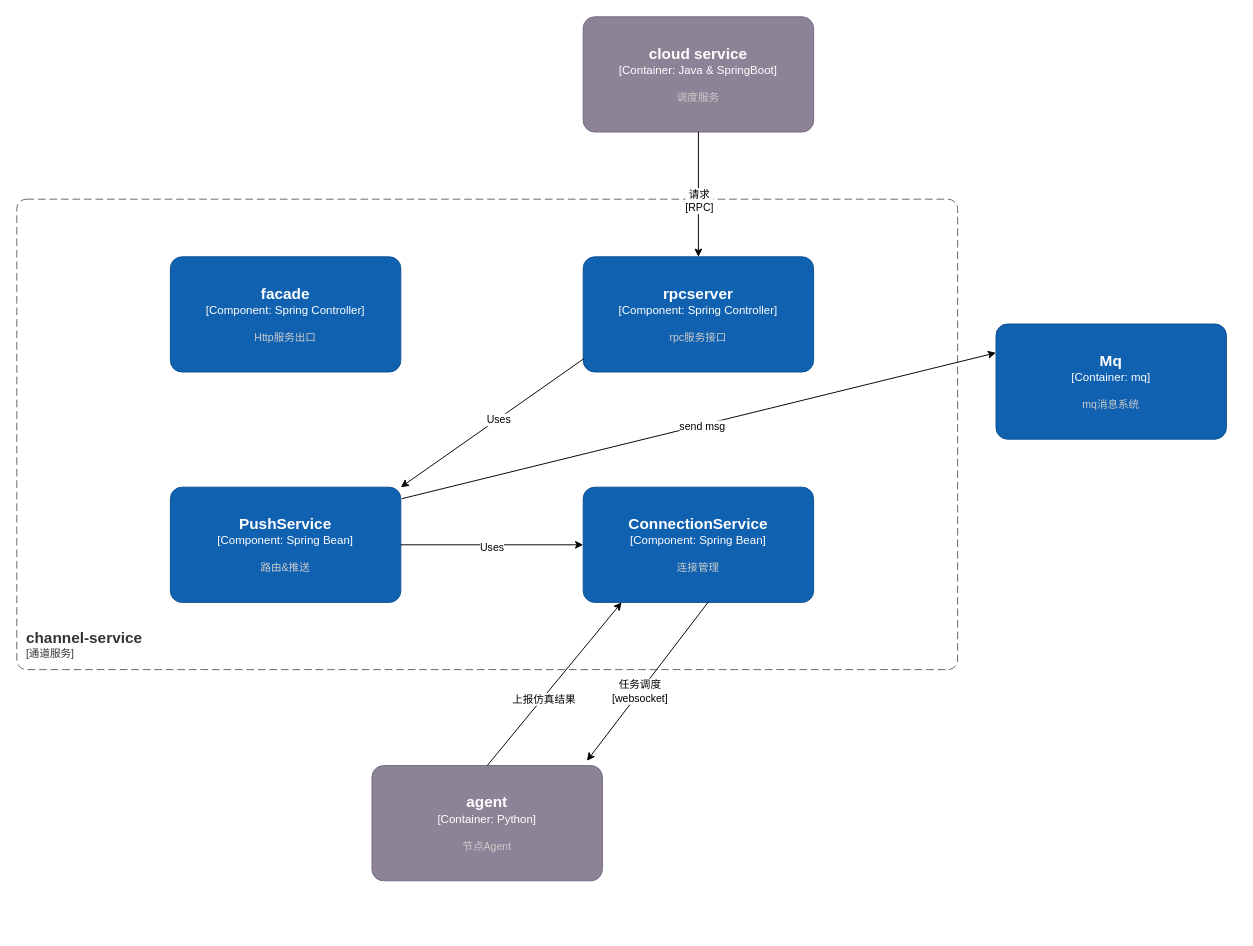
adwars/adwars keeps this draw.io diagram as page "第 2 页" (2 of 3) of 调度时序图.drawio. Above is the earlier version. Source tidied: cells renumbered, new cells numbered last; positions are measured from the earlier drawing's top-left corner, leaving out a move shared by most shapes. Both pictures are drawn from the tidied source at 96%, with x=0, y=0 at pixel (16, 16).
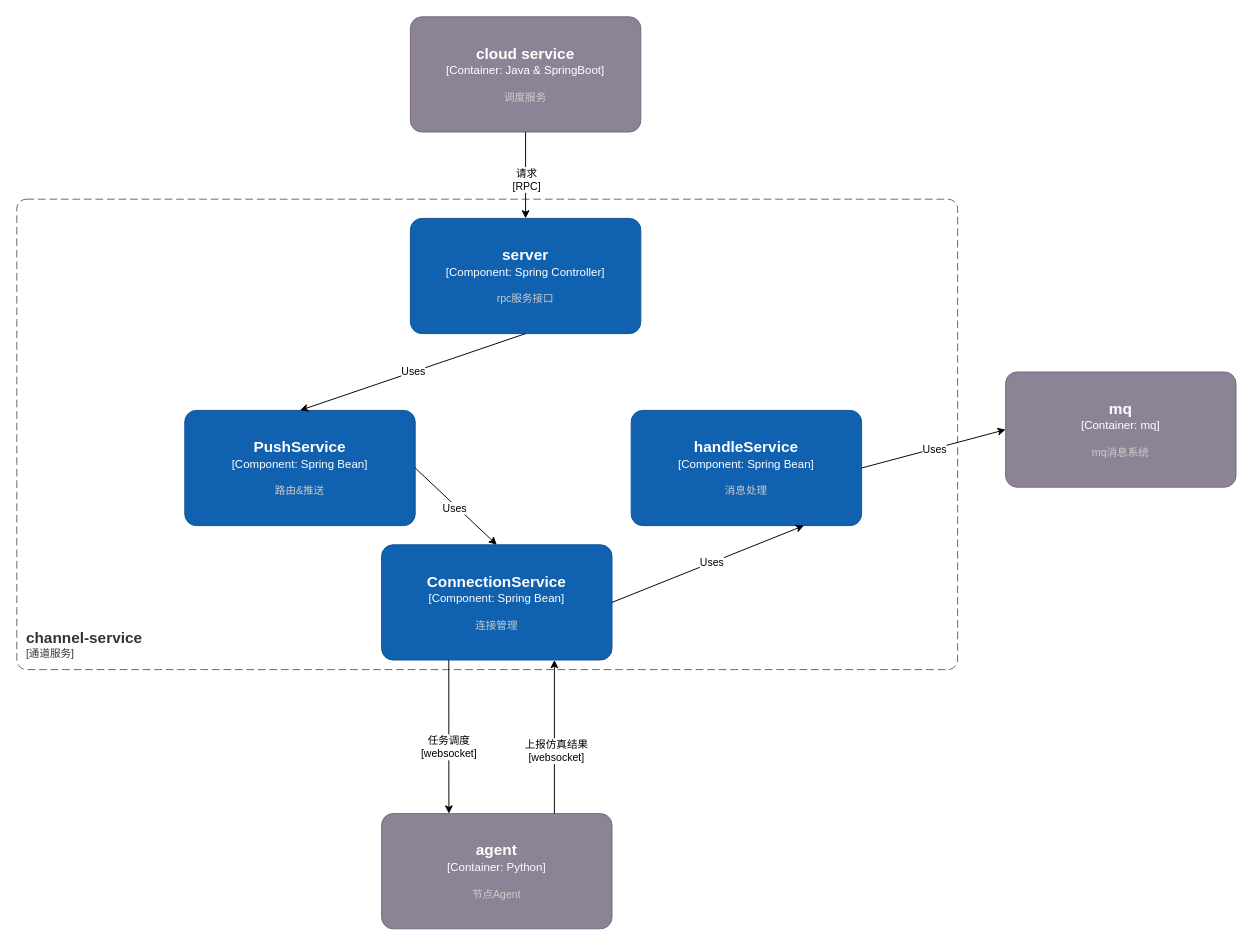
After the change.

Commit message:
更新调度时序图.drawio

The edit, as a diff of the source:
```diff
@@
     <object id="3" label="&lt;font style=&quot;font-size: 16px&quot;&gt;&lt;b&gt;%c4Name%&lt;/b&gt;&lt;/font&gt;&lt;div&gt;[%c4Type%]&lt;/div&gt;&lt;br&gt;&lt;div&gt;&lt;font style=&quot;font-size: 11px&quot;&gt;&lt;font color=&quot;#cccccc&quot;&gt;%c4Description%&lt;/font&gt;&lt;/div&gt;" c4Description="路由&amp;推送" c4Name="PushService" c4Type="Component: Spring Bean" placeholders="1">
       <mxCell style="rounded=1;whiteSpace=wrap;html=1;labelBackgroundColor=none;fillColor=#1061B0;fontColor=#ffffff;align=center;arcSize=10;strokeColor=#0D5091;points=[[0.25,0,0],[0.5,0,0],[0.75,0,0],[1,0.25,0],[1,0.5,0],[1,0.75,0],[0.75,1,0],[0.5,1,0],[0.25,1,0],[0,0.75,0],[0,0.5,0],[0,0.25,0]];" parent="1" vertex="1">
-        <mxGeometry x="160" y="490" width="240" height="120" as="geometry" />
+        <mxGeometry x="175" y="410" width="240" height="120" as="geometry" />
       </mxCell>
     </object>
     <object id="4" label="&lt;font style=&quot;font-size: 16px&quot;&gt;&lt;b&gt;%c4Name%&lt;/b&gt;&lt;/font&gt;&lt;div&gt;[%c4Type%]&lt;/div&gt;&lt;br&gt;&lt;div&gt;&lt;font style=&quot;font-size: 11px&quot;&gt;&lt;font color=&quot;#cccccc&quot;&gt;%c4Description%&lt;/font&gt;&lt;/div&gt;" c4Description="连接管理" c4Name="ConnectionService" c4Type="Component: Spring Bean" placeholders="1">
       <mxCell style="rounded=1;whiteSpace=wrap;html=1;labelBackgroundColor=none;fillColor=#1061B0;fontColor=#ffffff;align=center;arcSize=10;strokeColor=#0D5091;points=[[0.25,0,0],[0.5,0,0],[0.75,0,0],[1,0.25,0],[1,0.5,0],[1,0.75,0],[0.75,1,0],[0.5,1,0],[0.25,1,0],[0,0.75,0],[0,0.5,0],[0,0.25,0]];" parent="1" vertex="1">
-        <mxGeometry x="590" y="490" width="240" height="120" as="geometry" />
+        <mxGeometry x="380" y="550" width="240" height="120" as="geometry" />
       </mxCell>
     </object>
-    <object id="5" label="&lt;font style=&quot;font-size: 16px&quot;&gt;&lt;b&gt;%c4Name%&lt;/b&gt;&lt;/font&gt;&lt;div&gt;[%c4Type%]&lt;/div&gt;&lt;br&gt;&lt;div&gt;&lt;font style=&quot;font-size: 11px&quot;&gt;&lt;font color=&quot;#cccccc&quot;&gt;%c4Description%&lt;/font&gt;&lt;/div&gt;" c4Description="Http服务出口" c4Name="facade" c4Type="Component: Spring Controller" placeholders="1">
-      <mxCell style="rounded=1;whiteSpace=wrap;html=1;labelBackgroundColor=none;fillColor=#1061B0;fontColor=#ffffff;align=center;arcSize=10;strokeColor=#0D5091;" parent="1" vertex="1">
-        <mxGeometry x="160" y="250" width="240" height="120" as="geometry" />
-      </mxCell>
-    </object>
-    <object id="6" label="&lt;font style=&quot;font-size: 16px&quot;&gt;&lt;b&gt;%c4Name%&lt;/b&gt;&lt;/font&gt;&lt;div&gt;[%c4Type%]&lt;/div&gt;&lt;br&gt;&lt;div&gt;&lt;font style=&quot;font-size: 11px&quot;&gt;&lt;font color=&quot;#cccccc&quot;&gt;%c4Description%&lt;/font&gt;&lt;/div&gt;" c4Description="rpc服务接口" c4Name="rpcserver" c4Type="Component: Spring Controller" placeholders="1">
+    <object id="6" label="&lt;font style=&quot;font-size: 16px&quot;&gt;&lt;b&gt;%c4Name%&lt;/b&gt;&lt;/font&gt;&lt;div&gt;[%c4Type%]&lt;/div&gt;&lt;br&gt;&lt;div&gt;&lt;font style=&quot;font-size: 11px&quot;&gt;&lt;font color=&quot;#cccccc&quot;&gt;%c4Description%&lt;/font&gt;&lt;/div&gt;" c4Description="rpc服务接口" c4Name="server" c4Type="Component: Spring Controller" placeholders="1">
       <mxCell style="rounded=1;whiteSpace=wrap;html=1;labelBackgroundColor=none;fillColor=#1061B0;fontColor=#ffffff;align=center;arcSize=10;strokeColor=#0D5091;points=[[0.25,0,0],[0.5,0,0],[0.75,0,0],[1,0.25,0],[1,0.5,0],[1,0.75,0],[0.75,1,0],[0.5,1,0],[0.25,1,0],[0,0.75,0],[0,0.5,0],[0,0.25,0]];" parent="1" vertex="1">
-        <mxGeometry x="590" y="250" width="240" height="120" as="geometry" />
+        <mxGeometry x="410" y="210" width="240" height="120" as="geometry" />
       </mxCell>
     </object>
     <object id="7" label="&lt;font style=&quot;font-size: 16px&quot;&gt;&lt;b&gt;%c4Name%&lt;/b&gt;&lt;/font&gt;&lt;div&gt;[%c4Type%]&lt;/div&gt;&lt;br&gt;&lt;div&gt;&lt;font style=&quot;font-size: 11px&quot;&gt;&lt;font color=&quot;#cccccc&quot;&gt;%c4Description%&lt;/font&gt;&lt;/div&gt;" c4Description="调度服务" c4Name="cloud service" c4Type="Container: Java &amp; SpringBoot" placeholders="1">
       <mxCell style="rounded=1;whiteSpace=wrap;html=1;labelBackgroundColor=none;fillColor=#8C8496;fontColor=#ffffff;align=center;arcSize=10;strokeColor=#736782;points=[[0.25,0,0],[0.5,0,0],[0.75,0,0],[1,0.25,0],[1,0.5,0],[1,0.75,0],[0.75,1,0],[0.5,1,0],[0.25,1,0],[0,0.75,0],[0,0.5,0],[0,0.25,0]];" parent="1" vertex="1">
-        <mxGeometry x="590" width="240" height="120" as="geometry" />
+        <mxGeometry x="410" width="240" height="120" as="geometry" />
       </mxCell>
     </object>
@@
-    <mxCell id="10" style="endArrow=classic;html=1;rounded=0;startSize=6;endSize=6;exitX=0.004;exitY=0.883;exitDx=0;exitDy=0;exitPerimeter=0;" parent="1" edge="1" source="6">
-      <mxGeometry relative="1" as="geometry">
-        <mxPoint x="400" y="490" as="targetPoint" />
-      </mxGeometry>
-    </mxCell>
-    <mxCell id="11" value="Uses" style="edgeLabel;html=1;align=center;verticalAlign=middle;" parent="10" vertex="1">
-      <mxGeometry x="-0.06" y="1" relative="1" as="geometry" />
-    </mxCell>
-    <mxCell id="12" style="endArrow=classic;html=1;rounded=0;startSize=6;endSize=6;exitX=1;exitY=0.5;exitDx=0;exitDy=0;exitPerimeter=0;entryX=0;entryY=0.5;entryDx=0;entryDy=0;entryPerimeter=0;" parent="1" edge="1" source="3" target="4">
+    <mxCell id="12" style="endArrow=classic;html=1;rounded=0;startSize=6;endSize=6;exitX=1;exitY=0.5;exitDx=0;exitDy=0;exitPerimeter=0;entryX=0.5;entryY=0;entryDx=0;entryDy=0;entryPerimeter=0;" parent="1" edge="1" source="3" target="4">
       <mxGeometry relative="1" as="geometry" />
     </mxCell>
@@
     <object id="14" label="&lt;font style=&quot;font-size: 16px&quot;&gt;&lt;b&gt;%c4Name%&lt;/b&gt;&lt;/font&gt;&lt;div&gt;[%c4Type%]&lt;/div&gt;&lt;br&gt;&lt;div&gt;&lt;font style=&quot;font-size: 11px&quot;&gt;&lt;font color=&quot;#cccccc&quot;&gt;%c4Description%&lt;/font&gt;&lt;/div&gt;" c4Description="节点Agent" c4Name="agent" c4Type="Container: Python" placeholders="1">
       <mxCell style="rounded=1;whiteSpace=wrap;html=1;labelBackgroundColor=none;fillColor=#8C8496;fontColor=#ffffff;align=center;arcSize=10;strokeColor=#736782;points=[[0.25,0,0],[0.5,0,0],[0.75,0,0],[1,0.25,0],[1,0.5,0],[1,0.75,0],[0.75,1,0],[0.5,1,0],[0.25,1,0],[0,0.75,0],[0,0.5,0],[0,0.25,0]];" parent="1" vertex="1">
-        <mxGeometry x="370" y="780" width="240" height="120" as="geometry" />
+        <mxGeometry x="380" y="830" width="240" height="120" as="geometry" />
       </mxCell>
     </object>
-    <mxCell id="15" style="endArrow=classic;html=1;rounded=0;startSize=6;endSize=6;exitX=0.5;exitY=0;exitDx=0;exitDy=0;exitPerimeter=0;" parent="1" edge="1" source="14">
-      <mxGeometry relative="1" as="geometry">
-        <mxPoint x="630" y="610" as="targetPoint" />
-      </mxGeometry>
+    <mxCell id="15" style="endArrow=classic;html=1;rounded=0;startSize=6;endSize=6;entryX=0.75;entryY=1;entryDx=0;entryDy=0;entryPerimeter=0;exitX=0.75;exitY=0;exitDx=0;exitDy=0;exitPerimeter=0;" parent="1" edge="1" source="14" target="4">
+      <mxGeometry relative="1" as="geometry" />
     </mxCell>
-    <mxCell id="16" value="上报仿真结果" style="edgeLabel;html=1;align=center;verticalAlign=middle;" parent="15" vertex="1">
+    <mxCell id="16" value="上报仿真结果&lt;br&gt;[websocket]" style="edgeLabel;html=1;align=center;verticalAlign=middle;" parent="15" vertex="1">
       <mxGeometry x="-0.17" y="-1" relative="1" as="geometry" />
     </mxCell>
-    <mxCell id="17" style="endArrow=classic;html=1;rounded=0;startSize=6;endSize=6;entryX=0.933;entryY=-0.042;entryDx=0;entryDy=0;entryPerimeter=0;" parent="1" edge="1" target="14">
+    <mxCell id="17" style="endArrow=classic;html=1;rounded=0;startSize=6;endSize=6;entryX=0.292;entryY=0;entryDx=0;entryDy=0;entryPerimeter=0;" parent="1" edge="1" target="14">
       <mxGeometry relative="1" as="geometry">
-        <mxPoint x="720" y="610" as="sourcePoint" />
+        <mxPoint x="450" y="670" as="sourcePoint" />
       </mxGeometry>
     </mxCell>
@@
-    <object id="19" label="&lt;font style=&quot;font-size: 16px&quot;&gt;&lt;b&gt;%c4Name%&lt;/b&gt;&lt;/font&gt;&lt;div&gt;[%c4Type%]&lt;/div&gt;&lt;br&gt;&lt;div&gt;&lt;font style=&quot;font-size: 11px&quot;&gt;&lt;font color=&quot;#cccccc&quot;&gt;%c4Description%&lt;/font&gt;&lt;/div&gt;" c4Description="mq消息系统" c4Name="Mq" c4Type="Container: mq" placeholders="1">
-      <mxCell style="rounded=1;whiteSpace=wrap;html=1;labelBackgroundColor=none;fillColor=#1061B0;fontColor=#ffffff;align=center;arcSize=10;strokeColor=#0D5091;points=[[0.25,0,0],[0.5,0,0],[0.75,0,0],[1,0.25,0],[1,0.5,0],[1,0.75,0],[0.75,1,0],[0.5,1,0],[0.25,1,0],[0,0.75,0],[0,0.5,0],[0,0.25,0]];" parent="1" vertex="1">
-        <mxGeometry x="1020" y="320" width="240" height="120" as="geometry" />
-      </mxCell>
-    </object>
-    <mxCell id="20" style="endArrow=classic;html=1;rounded=0;startSize=6;endSize=6;exitX=1.004;exitY=0.1;exitDx=0;exitDy=0;exitPerimeter=0;entryX=0;entryY=0.25;entryDx=0;entryDy=0;entryPerimeter=0;" parent="1" edge="1" source="3" target="19">
+    <mxCell id="20" style="endArrow=classic;html=1;rounded=0;startSize=6;endSize=6;entryX=0;entryY=0.5;entryDx=0;entryDy=0;entryPerimeter=0;exitX=1;exitY=0.5;exitDx=0;exitDy=0;exitPerimeter=0;" parent="1" edge="1" source="22" target="25">
       <mxGeometry relative="1" as="geometry" />
     </mxCell>
-    <mxCell id="21" value="send msg" style="edgeLabel;html=1;align=center;verticalAlign=middle;" parent="20" vertex="1">
+    <mxCell id="21" value="Uses" style="edgeLabel;html=1;align=center;verticalAlign=middle;" parent="20" vertex="1">
       <mxGeometry x="0.01" y="-1" relative="1" as="geometry" />
     </mxCell>
+    <object id="22" label="&lt;font style=&quot;font-size: 16px&quot;&gt;&lt;b&gt;%c4Name%&lt;/b&gt;&lt;/font&gt;&lt;div&gt;[%c4Type%]&lt;/div&gt;&lt;br&gt;&lt;div&gt;&lt;font style=&quot;font-size: 11px&quot;&gt;&lt;font color=&quot;#cccccc&quot;&gt;%c4Description%&lt;/font&gt;&lt;/div&gt;" c4Description="消息处理" c4Name="handleService" c4Type="Component: Spring Bean" placeholders="1">
+      <mxCell style="rounded=1;whiteSpace=wrap;html=1;labelBackgroundColor=none;fillColor=#1061B0;fontColor=#ffffff;align=center;arcSize=10;strokeColor=#0D5091;points=[[0.25,0,0],[0.5,0,0],[0.75,0,0],[1,0.25,0],[1,0.5,0],[1,0.75,0],[0.75,1,0],[0.5,1,0],[0.25,1,0],[0,0.75,0],[0,0.5,0],[0,0.25,0]];" parent="1" vertex="1">
+        <mxGeometry x="640" y="410" width="240" height="120" as="geometry" />
+      </mxCell>
+    </object>
+    <mxCell id="23" value="Uses" style="endArrow=classic;html=1;rounded=0;startSize=6;endSize=6;entryX=0.5;entryY=0;entryDx=0;entryDy=0;entryPerimeter=0;" parent="1" edge="1" target="3">
+      <mxGeometry relative="1" as="geometry">
+        <mxPoint x="530" y="330" as="sourcePoint" />
+      </mxGeometry>
+    </mxCell>
+    <mxCell id="24" style="endArrow=classic;html=1;rounded=0;startSize=6;endSize=6;entryX=0.75;entryY=1;entryDx=0;entryDy=0;entryPerimeter=0;exitX=1;exitY=0.5;exitDx=0;exitDy=0;exitPerimeter=0;" parent="1" edge="1" source="4" target="22">
+      <mxGeometry relative="1" as="geometry" />
+    </mxCell>
+    <mxCell id="11" value="Uses" style="edgeLabel;html=1;align=center;verticalAlign=middle;" parent="24" vertex="1">
+      <mxGeometry x="0.03" relative="1" as="geometry" />
+    </mxCell>
+    <object id="25" label="&lt;font style=&quot;font-size: 16px&quot;&gt;&lt;b&gt;%c4Name%&lt;/b&gt;&lt;/font&gt;&lt;div&gt;[%c4Type%]&lt;/div&gt;&lt;br&gt;&lt;div&gt;&lt;font style=&quot;font-size: 11px&quot;&gt;&lt;font color=&quot;#cccccc&quot;&gt;%c4Description%&lt;/font&gt;&lt;/div&gt;" c4Description="mq消息系统" c4Name="mq" c4Type="Container: mq" placeholders="1">
+      <mxCell style="rounded=1;whiteSpace=wrap;html=1;labelBackgroundColor=none;fillColor=#8C8496;fontColor=#ffffff;align=center;arcSize=10;strokeColor=#736782;points=[[0.25,0,0],[0.5,0,0],[0.75,0,0],[1,0.25,0],[1,0.5,0],[1,0.75,0],[0.75,1,0],[0.5,1,0],[0.25,1,0],[0,0.75,0],[0,0.5,0],[0,0.25,0]];" parent="1" vertex="1">
+        <mxGeometry x="1030" y="370" width="240" height="120" as="geometry" />
+      </mxCell>
+    </object>
```
